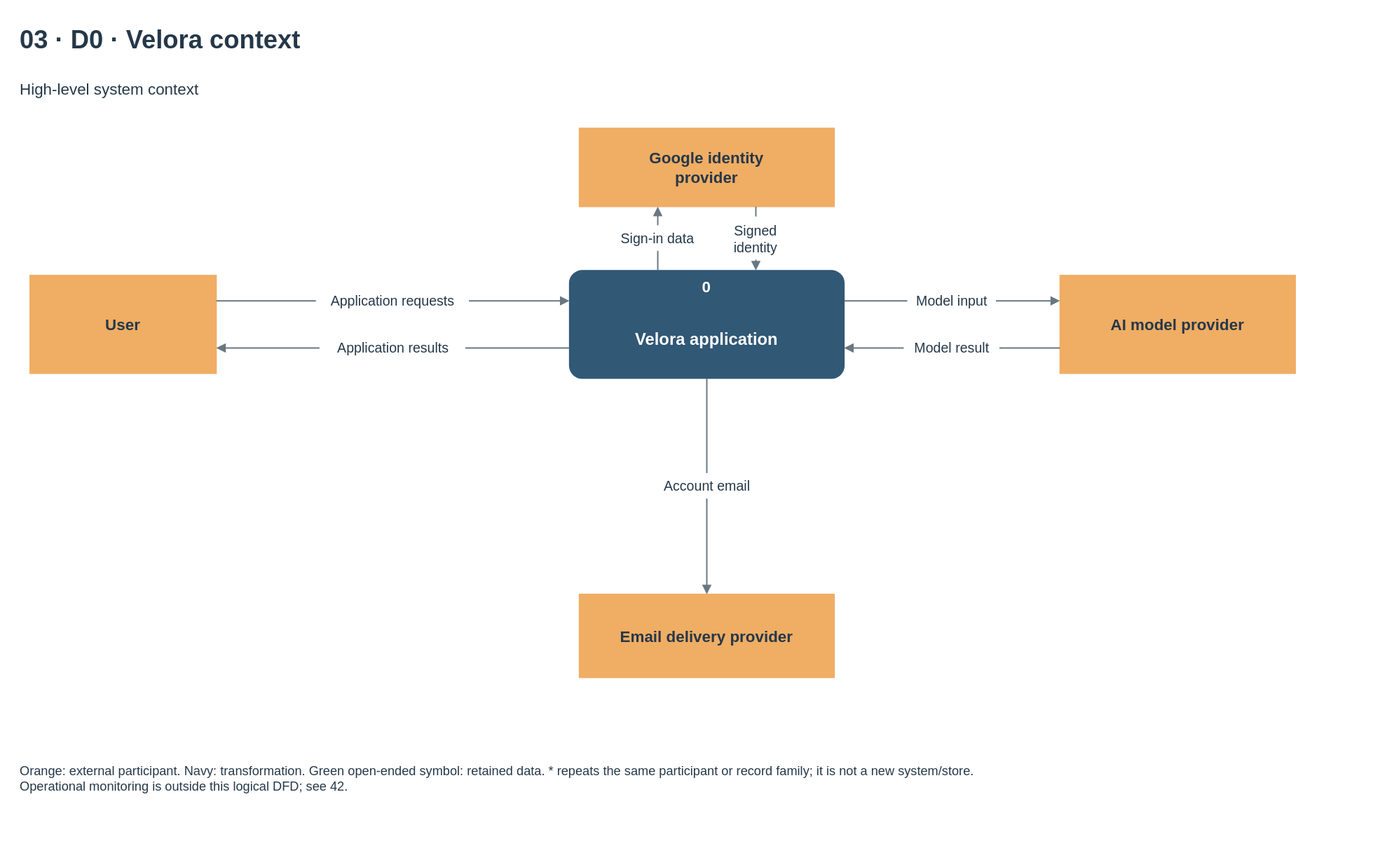
This is docs/diagrams/velora-current/importable-svg/03-dfd-context.drawio.svg from HieuCuteDangYeu/velora-backend, a draw.io export, as it was before one commit. Source tidied: cells renumbered, new cells last; positions are measured from the earlier drawing's top-left corner, leaving out a move shared by most shapes. The source it was exported from:
```xml
<mxGraphModel>
  <root>
    <mxCell id="0" />
    <mxCell id="1" parent="0" />
    <mxCell id="2" value="03 · D0 · Velora context" style="text;html=1;whiteSpace=wrap;fontFamily=Arial;fontSize=26;fontColor=#253849;fontStyle=1;align=left;verticalAlign=middle;spacing=0;" parent="1" vertex="1">
      <mxGeometry width="1360" height="40" as="geometry" />
    </mxCell>
    <mxCell id="3" value="High-level system context" style="text;html=1;whiteSpace=wrap;fontFamily=Arial;fontSize=16;fontColor=#253849;fontStyle=0;align=left;verticalAlign=middle;spacing=0;" parent="1" vertex="1">
      <mxGeometry y="50" width="1360" height="40" as="geometry" />
    </mxCell>
    <mxCell id="4" style="rounded=1;arcSize=12;fillColor=#315875;strokeColor=#315875;dashed=0;whiteSpace=wrap;" parent="1" vertex="1">
      <mxGeometry x="560" y="255" width="280" height="110" as="geometry" />
    </mxCell>
    <mxCell id="5" value="0" style="text;html=1;whiteSpace=wrap;fontFamily=Arial;fontSize=16;fontColor=white;fontStyle=1;align=center;verticalAlign=middle;spacing=0;" parent="4" vertex="1">
      <mxGeometry x="5" y="4" width="270" height="25" as="geometry" />
    </mxCell>
    <mxCell id="6" value="Velora application" style="text;html=1;whiteSpace=wrap;fontFamily=Arial;fontSize=17;fontColor=white;fontStyle=1;align=center;verticalAlign=middle;spacing=0;" parent="4" vertex="1">
      <mxGeometry x="8" y="36" width="264" height="70" as="geometry" />
    </mxCell>
    <mxCell id="7" style="rounded=0;arcSize=12;fillColor=#f0ad64;strokeColor=#f0ad64;dashed=0;whiteSpace=wrap;" parent="1" vertex="1">
      <mxGeometry x="10" y="260" width="190" height="100" as="geometry" />
    </mxCell>
    <mxCell id="8" value="User" style="text;html=1;whiteSpace=wrap;fontFamily=Arial;fontSize=16;fontColor=#253849;fontStyle=1;align=center;verticalAlign=middle;spacing=0;" parent="7" vertex="1">
      <mxGeometry x="8" y="8" width="174" height="84" as="geometry" />
    </mxCell>
    <mxCell id="9" style="rounded=0;arcSize=12;fillColor=#f0ad64;strokeColor=#f0ad64;dashed=0;whiteSpace=wrap;" parent="1" vertex="1">
      <mxGeometry x="570" y="110" width="260" height="80" as="geometry" />
    </mxCell>
    <mxCell id="10" value="Google identity&lt;br&gt;provider" style="text;html=1;whiteSpace=wrap;fontFamily=Arial;fontSize=16;fontColor=#253849;fontStyle=1;align=center;verticalAlign=middle;spacing=0;" parent="9" vertex="1">
      <mxGeometry x="8" y="8" width="244" height="64" as="geometry" />
    </mxCell>
    <mxCell id="11" style="rounded=0;arcSize=12;fillColor=#f0ad64;strokeColor=#f0ad64;dashed=0;whiteSpace=wrap;" parent="1" vertex="1">
      <mxGeometry x="1060" y="260" width="240" height="100" as="geometry" />
    </mxCell>
    <mxCell id="12" value="AI model provider" style="text;html=1;whiteSpace=wrap;fontFamily=Arial;fontSize=16;fontColor=#253849;fontStyle=1;align=center;verticalAlign=middle;spacing=0;" parent="11" vertex="1">
      <mxGeometry x="8" y="8" width="224" height="84" as="geometry" />
    </mxCell>
    <mxCell id="13" style="rounded=0;arcSize=12;fillColor=#f0ad64;strokeColor=#f0ad64;dashed=0;whiteSpace=wrap;" parent="1" vertex="1">
      <mxGeometry x="570" y="585" width="260" height="85" as="geometry" />
    </mxCell>
    <mxCell id="14" value="Email delivery provider" style="text;html=1;whiteSpace=wrap;fontFamily=Arial;fontSize=16;fontColor=#253849;fontStyle=1;align=center;verticalAlign=middle;spacing=0;" parent="13" vertex="1">
      <mxGeometry x="8" y="8" width="244" height="69" as="geometry" />
    </mxCell>
    <mxCell id="15" style="edgeStyle=none;noEdgeStyle=1;endArrow=block;endFill=1;strokeColor=#687782;strokeWidth=1.4;jumpStyle=arc;jumpSize=8;exitPerimeter=0;entryPerimeter=0;exitX=1.0;exitY=0.26;entryX=0.0;entryY=0.2818181818181818;" parent="1" edge="1" source="7" target="4">
      <mxGeometry relative="1" as="geometry" />
    </mxCell>
    <mxCell id="16" style="edgeStyle=none;noEdgeStyle=1;endArrow=block;endFill=1;strokeColor=#687782;strokeWidth=1.4;jumpStyle=arc;jumpSize=8;exitPerimeter=0;entryPerimeter=0;exitX=0.0;exitY=0.7181818181818181;entryX=1.0;entryY=0.74;" parent="1" edge="1" source="4" target="7">
      <mxGeometry relative="1" as="geometry" />
    </mxCell>
    <mxCell id="17" style="edgeStyle=none;noEdgeStyle=1;endArrow=block;endFill=1;strokeColor=#687782;strokeWidth=1.4;jumpStyle=arc;jumpSize=8;exitPerimeter=0;entryPerimeter=0;exitX=0.32142857142857145;exitY=0.0;entryX=0.3076923076923077;entryY=1.0;" parent="1" edge="1" source="4" target="9">
      <mxGeometry relative="1" as="geometry" />
    </mxCell>
    <mxCell id="18" style="edgeStyle=none;noEdgeStyle=1;endArrow=block;endFill=1;strokeColor=#687782;strokeWidth=1.4;jumpStyle=arc;jumpSize=8;exitPerimeter=0;entryPerimeter=0;exitX=0.6923076923076923;exitY=1.0;entryX=0.6785714285714286;entryY=0.0;" parent="1" edge="1" source="9" target="4">
      <mxGeometry relative="1" as="geometry" />
    </mxCell>
    <mxCell id="19" style="edgeStyle=none;noEdgeStyle=1;endArrow=block;endFill=1;strokeColor=#687782;strokeWidth=1.4;jumpStyle=arc;jumpSize=8;exitPerimeter=0;entryPerimeter=0;exitX=1.0;exitY=0.2818181818181818;entryX=0.0;entryY=0.26;" parent="1" edge="1" source="4" target="11">
      <mxGeometry relative="1" as="geometry" />
    </mxCell>
    <mxCell id="20" style="edgeStyle=none;noEdgeStyle=1;endArrow=block;endFill=1;strokeColor=#687782;strokeWidth=1.4;jumpStyle=arc;jumpSize=8;exitPerimeter=0;entryPerimeter=0;exitX=0.0;exitY=0.74;entryX=1.0;entryY=0.7181818181818181;" parent="1" edge="1" source="11" target="4">
      <mxGeometry relative="1" as="geometry" />
    </mxCell>
    <mxCell id="21" style="edgeStyle=none;noEdgeStyle=1;endArrow=block;endFill=1;strokeColor=#687782;strokeWidth=1.4;jumpStyle=arc;jumpSize=8;exitPerimeter=0;entryPerimeter=0;exitX=0.5;exitY=1.0;entryX=0.5;entryY=0.0;" parent="1" edge="1" source="4" target="13">
      <mxGeometry relative="1" as="geometry" />
    </mxCell>
    <mxCell id="22" style="fillColor=#ffffff;strokeColor=none;" parent="1" vertex="1">
      <mxGeometry x="601.2" y="209.5" width="97.6" height="26" as="geometry" />
    </mxCell>
    <mxCell id="23" value="Sign-in data" style="text;html=1;whiteSpace=wrap;fontFamily=Arial;fontSize=14;fontColor=#253849;fontStyle=0;align=center;verticalAlign=middle;spacing=0;" parent="1" vertex="1">
      <mxGeometry x="601.2" y="209.5" width="97.6" height="26" as="geometry" />
    </mxCell>
    <mxCell id="24" style="fillColor=#ffffff;strokeColor=none;" parent="1" vertex="1">
      <mxGeometry x="715.8" y="200.5" width="68.4" height="44" as="geometry" />
    </mxCell>
    <mxCell id="25" value="Signed&lt;br&gt;identity" style="text;html=1;whiteSpace=wrap;fontFamily=Arial;fontSize=14;fontColor=#253849;fontStyle=0;align=center;verticalAlign=middle;spacing=0;" parent="1" vertex="1">
      <mxGeometry x="715.8" y="200.5" width="68.4" height="44" as="geometry" />
    </mxCell>
    <mxCell id="26" style="fillColor=#ffffff;strokeColor=none;" parent="1" vertex="1">
      <mxGeometry x="904.9" y="273" width="90.3" height="26" as="geometry" />
    </mxCell>
    <mxCell id="27" value="Model input" style="text;html=1;whiteSpace=wrap;fontFamily=Arial;fontSize=14;fontColor=#253849;fontStyle=0;align=center;verticalAlign=middle;spacing=0;" parent="1" vertex="1">
      <mxGeometry x="904.9" y="273" width="90.3" height="26" as="geometry" />
    </mxCell>
    <mxCell id="28" style="fillColor=#ffffff;strokeColor=none;" parent="1" vertex="1">
      <mxGeometry x="901.2" y="321" width="97.6" height="26" as="geometry" />
    </mxCell>
    <mxCell id="29" value="Model result" style="text;html=1;whiteSpace=wrap;fontFamily=Arial;fontSize=14;fontColor=#253849;fontStyle=0;align=center;verticalAlign=middle;spacing=0;" parent="1" vertex="1">
      <mxGeometry x="901.2" y="321" width="97.6" height="26" as="geometry" />
    </mxCell>
    <mxCell id="30" style="fillColor=#ffffff;strokeColor=none;" parent="1" vertex="1">
      <mxGeometry x="647.5" y="462" width="104.9" height="26" as="geometry" />
    </mxCell>
    <mxCell id="31" value="Account email" style="text;html=1;whiteSpace=wrap;fontFamily=Arial;fontSize=14;fontColor=#253849;fontStyle=0;align=center;verticalAlign=middle;spacing=0;" parent="1" vertex="1">
      <mxGeometry x="647.5" y="462" width="104.9" height="26" as="geometry" />
    </mxCell>
    <mxCell id="32" style="fillColor=#ffffff;strokeColor=none;" parent="1" vertex="1">
      <mxGeometry x="302" y="273" width="156" height="26" as="geometry" />
    </mxCell>
    <mxCell id="33" value="Application requests" style="text;html=1;whiteSpace=wrap;fontFamily=Arial;fontSize=14;fontColor=#253849;fontStyle=0;align=center;verticalAlign=middle;spacing=0;" parent="1" vertex="1">
      <mxGeometry x="302" y="273" width="156" height="26" as="geometry" />
    </mxCell>
    <mxCell id="34" style="fillColor=#ffffff;strokeColor=none;" parent="1" vertex="1">
      <mxGeometry x="305.6" y="321" width="148.7" height="26" as="geometry" />
    </mxCell>
    <mxCell id="35" value="Application results" style="text;html=1;whiteSpace=wrap;fontFamily=Arial;fontSize=14;fontColor=#253849;fontStyle=0;align=center;verticalAlign=middle;spacing=0;" parent="1" vertex="1">
      <mxGeometry x="305.6" y="321" width="148.7" height="26" as="geometry" />
    </mxCell>
    <mxCell id="36" value="Orange: external participant. Navy: transformation. Green open-ended symbol: retained data. * repeats the same participant or record family; it is not a new system/store.&lt;br&gt;Operational monitoring is outside this logical DFD; see 42." style="text;html=1;whiteSpace=wrap;fontFamily=Arial;fontSize=13;fontColor=#253849;fontStyle=0;align=left;verticalAlign=middle;spacing=0;" parent="1" vertex="1">
      <mxGeometry y="745" width="1360" height="56" as="geometry" />
    </mxCell>
  </root>
</mxGraphModel>
```
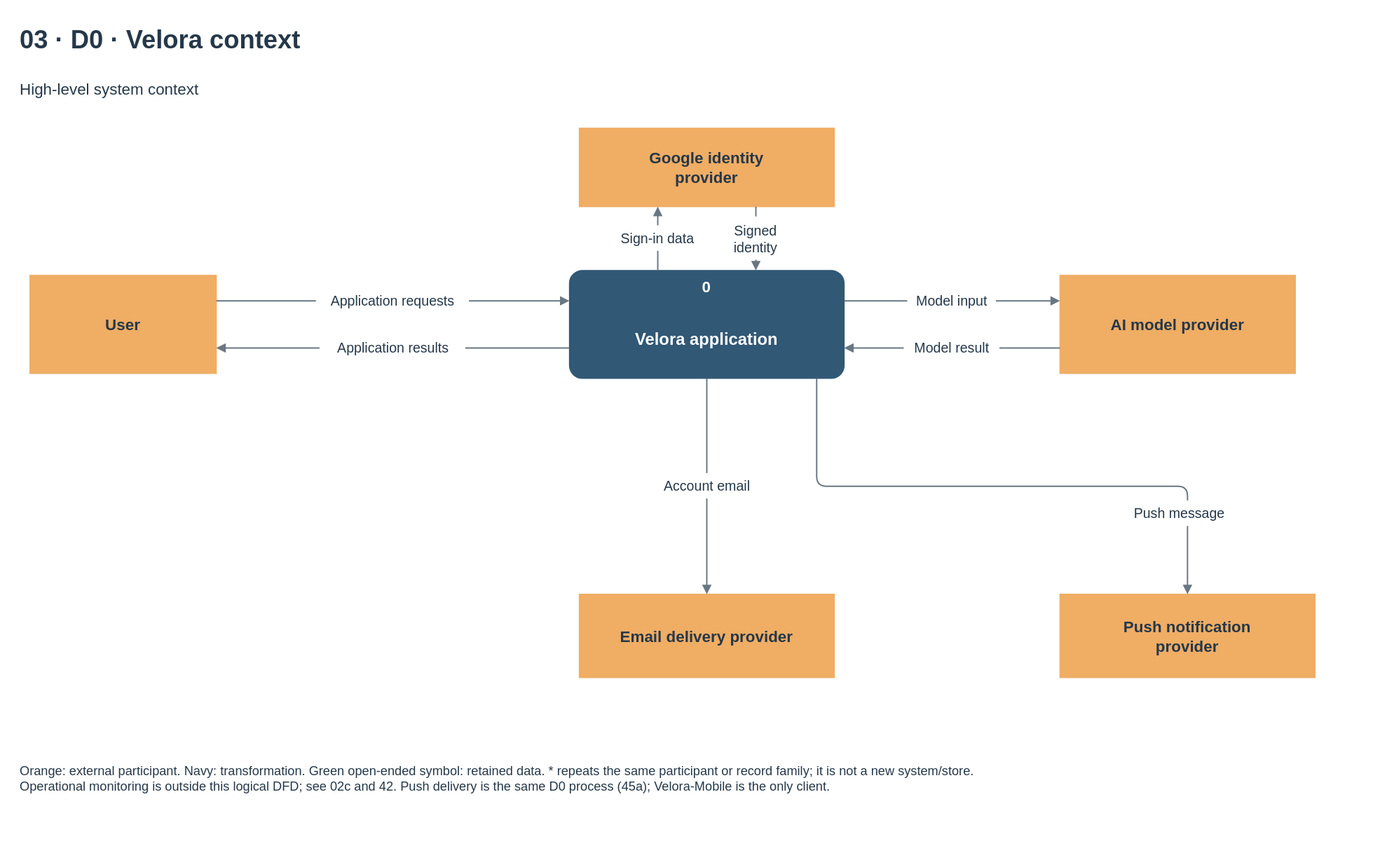
The same file after the commit.

Change to the diagram source:
```diff
@@ -92,6 +92,26 @@
     <mxCell id="31" value="Account email" style="text;html=1;whiteSpace=wrap;fontFamily=Arial;fontSize=14;fontColor=#253849;fontStyle=0;align=center;verticalAlign=middle;spacing=0;" parent="1" vertex="1">
       <mxGeometry x="647.5" y="462" width="104.9" height="26" as="geometry" />
     </mxCell>
+    <mxCell id="37" style="rounded=0;arcSize=12;fillColor=#f0ad64;strokeColor=#f0ad64;dashed=0;whiteSpace=wrap;" parent="1" vertex="1">
+      <mxGeometry x="1060" y="585" width="260" height="85" as="geometry" />
+    </mxCell>
+    <mxCell id="38" value="Push notification&lt;br&gt;provider" style="text;html=1;whiteSpace=wrap;fontFamily=Arial;fontSize=16;fontColor=#253849;fontStyle=1;align=center;verticalAlign=middle;spacing=0;" parent="37" vertex="1">
+      <mxGeometry x="8" y="8" width="244" height="69" as="geometry" />
+    </mxCell>
+    <mxCell id="39" style="edgeStyle=none;noEdgeStyle=1;endArrow=block;endFill=1;strokeColor=#687782;strokeWidth=1.4;jumpStyle=arc;jumpSize=8;exitPerimeter=0;entryPerimeter=0;exitX=0.9;exitY=1.0;entryX=0.5;entryY=0.0;" parent="1" edge="1" source="4" target="37">
+      <mxGeometry relative="1" as="geometry">
+        <Array as="points">
+          <mxPoint x="812" y="475" />
+          <mxPoint x="1190" y="475" />
+        </Array>
+      </mxGeometry>
+    </mxCell>
+    <mxCell id="40" style="fillColor=#ffffff;strokeColor=none;" parent="1" vertex="1">
+      <mxGeometry x="1130" y="490" width="104" height="26" as="geometry" />
+    </mxCell>
+    <mxCell id="41" value="Push message" style="text;html=1;whiteSpace=wrap;fontFamily=Arial;fontSize=14;fontColor=#253849;fontStyle=0;align=center;verticalAlign=middle;spacing=0;" parent="1" vertex="1">
+      <mxGeometry x="1130" y="490" width="104" height="26" as="geometry" />
+    </mxCell>
     <mxCell id="32" style="fillColor=#ffffff;strokeColor=none;" parent="1" vertex="1">
       <mxGeometry x="302" y="273" width="156" height="26" as="geometry" />
     </mxCell>
@@ -104,7 +124,7 @@
     <mxCell id="35" value="Application results" style="text;html=1;whiteSpace=wrap;fontFamily=Arial;fontSize=14;fontColor=#253849;fontStyle=0;align=center;verticalAlign=middle;spacing=0;" parent="1" vertex="1">
       <mxGeometry x="305.6" y="321" width="148.7" height="26" as="geometry" />
     </mxCell>
-    <mxCell id="36" value="Orange: external participant. Navy: transformation. Green open-ended symbol: retained data. * repeats the same participant or record family; it is not a new system/store.&lt;br&gt;Operational monitoring is outside this logical DFD; see 42." style="text;html=1;whiteSpace=wrap;fontFamily=Arial;fontSize=13;fontColor=#253849;fontStyle=0;align=left;verticalAlign=middle;spacing=0;" parent="1" vertex="1">
+    <mxCell id="36" value="Orange: external participant. Navy: transformation. Green open-ended symbol: retained data. * repeats the same participant or record family; it is not a new system/store.&lt;br&gt;Operational monitoring is outside this logical DFD; see 02c and 42. Push delivery is the same D0 process (45a); Velora-Mobile is the only client." style="text;html=1;whiteSpace=wrap;fontFamily=Arial;fontSize=13;fontColor=#253849;fontStyle=0;align=left;verticalAlign=middle;spacing=0;" parent="1" vertex="1">
       <mxGeometry y="745" width="1360" height="56" as="geometry" />
     </mxCell>
   </root>
```
